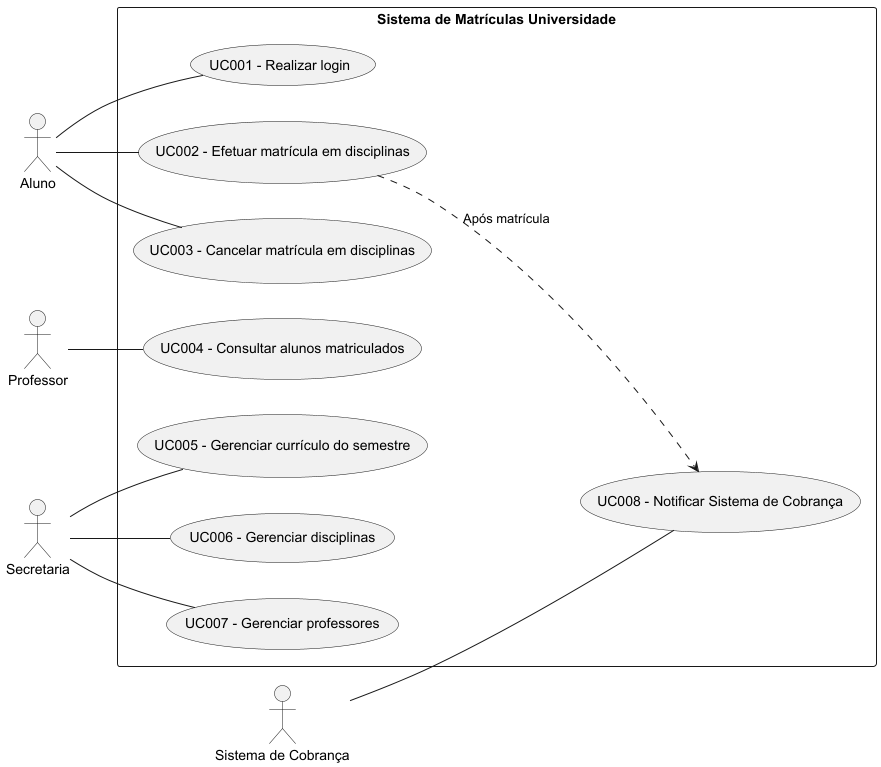
Above: Artefatos/Casos de Uso/SistemaMatriculasCasosDeUso_V1.png in kspencerl/enrollment-system (PlantUML), before the change. The source it was exported from:
```plantuml
@startuml
left to right direction

actor "Aluno" as Aluno
actor "Professor" as Professor
actor "Secretaria" as Secretaria
actor "Sistema de Cobrança" as SistemaCobranca

rectangle "Sistema de Matrículas Universidade" {
    Aluno -- (UC001 - Realizar login)
    Aluno -- (UC002 - Efetuar matrícula em disciplinas)
    Aluno -- (UC003 - Cancelar matrícula em disciplinas)

    Professor -- (UC004 - Consultar alunos matriculados)

    Secretaria -- (UC005 - Gerenciar currículo do semestre)
    Secretaria -- (UC006 - Gerenciar disciplinas)
    Secretaria -- (UC007 - Gerenciar professores)

    (UC002 - Efetuar matrícula em disciplinas) ..> (UC008 - Notificar Sistema de Cobrança) : "Após matrícula"
    SistemaCobranca -- (UC008 - Notificar Sistema de Cobrança)
}
@enduml
```
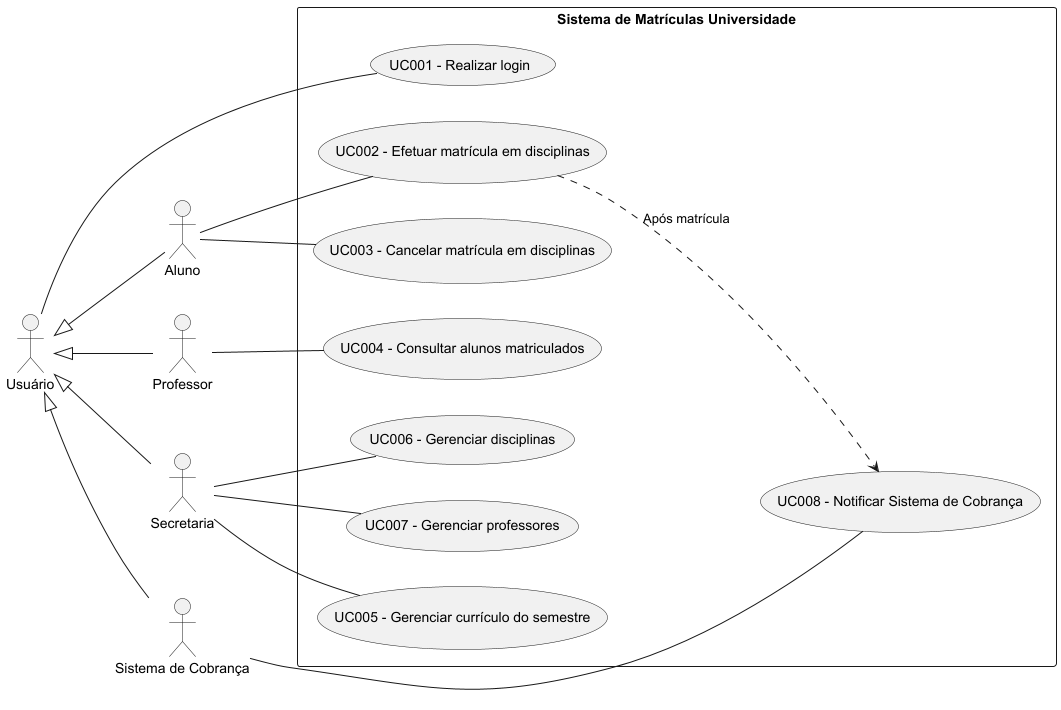
The same diagram one commit later.

Commit message:
Documentacao: atualização casos de uso e png #4

The edit, as a diff of the source:
```diff
@@ -1,13 +1,20 @@
 @startuml
 left to right direction
 
+actor "Usuário" as Usuario
 actor "Aluno" as Aluno
 actor "Professor" as Professor
 actor "Secretaria" as Secretaria
 actor "Sistema de Cobrança" as SistemaCobranca
 
+Usuario <|-- Aluno
+Usuario <|-- Professor
+Usuario <|-- Secretaria
+Usuario <|-- SistemaCobranca
+
 rectangle "Sistema de Matrículas Universidade" {
-    Aluno -- (UC001 - Realizar login)
+    Usuario -- (UC001 - Realizar login)
+
     Aluno -- (UC002 - Efetuar matrícula em disciplinas)
     Aluno -- (UC003 - Cancelar matrícula em disciplinas)
 
```
